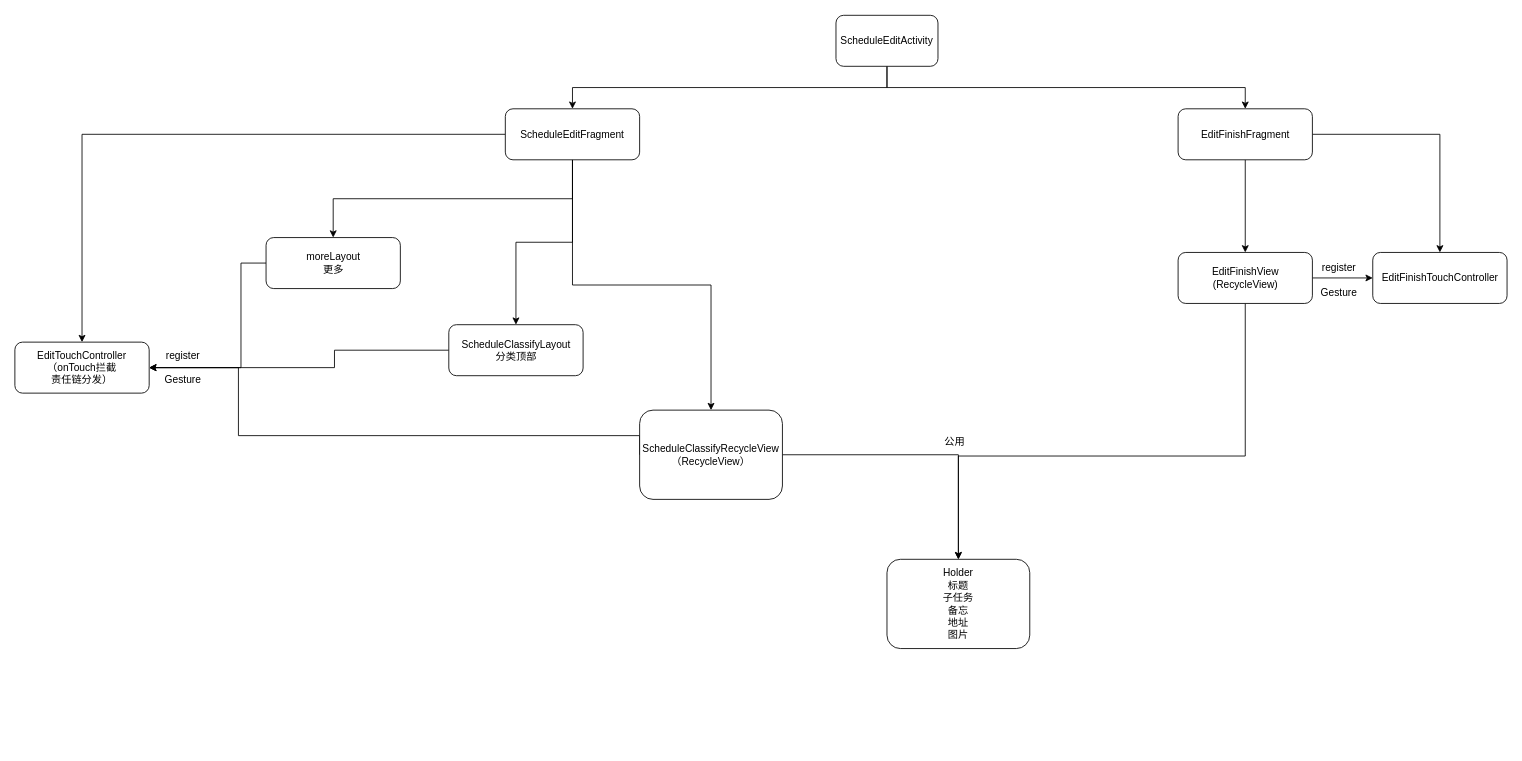
Above: page "编辑页架构" (3 of 3) of 时光序编辑页.drawio in cangwang/Canvas (draw.io), before the change. Source tidied: cells renumbered, new cells numbered last; positions are measured from the earlier drawing's top-left corner, leaving out a move shared by most shapes. Both pictures are drawn from the tidied source at 85%, with x=0, y=0 at pixel (14, 15).
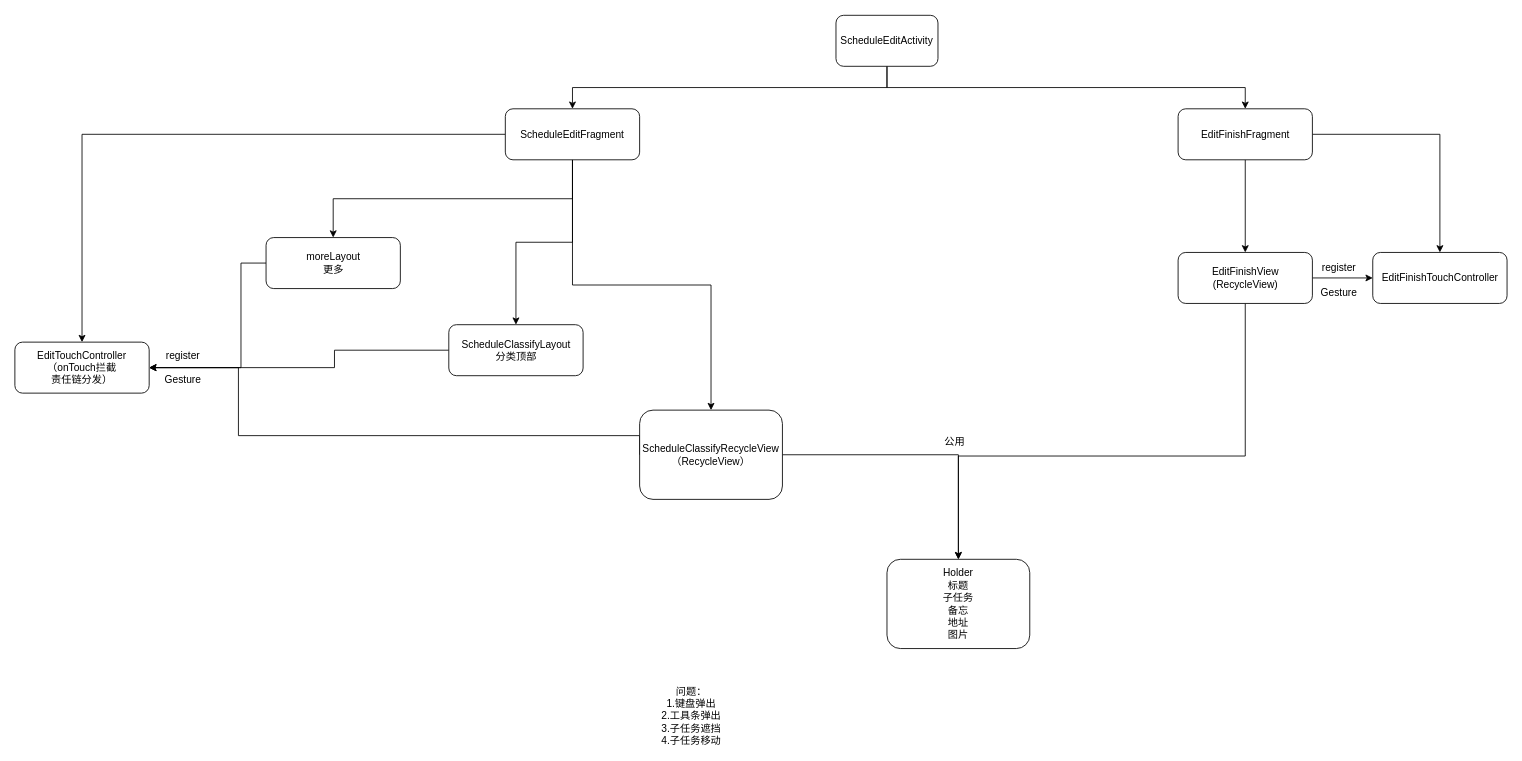
The same diagram, later.

Change to the diagram source:
```diff
@@
+    <mxCell id="29" value="问题：&lt;br&gt;1.键盘弹出&lt;br&gt;2.工具条弹出&lt;br&gt;3.子任务遮挡&lt;br&gt;4.子任务移动" style="text;html=1;strokeColor=none;fillColor=none;align=center;verticalAlign=middle;whiteSpace=wrap;rounded=0;" parent="1" vertex="1">
+      <mxGeometry x="669" y="814" width="254" height="20" as="geometry" />
+    </mxCell>
```
